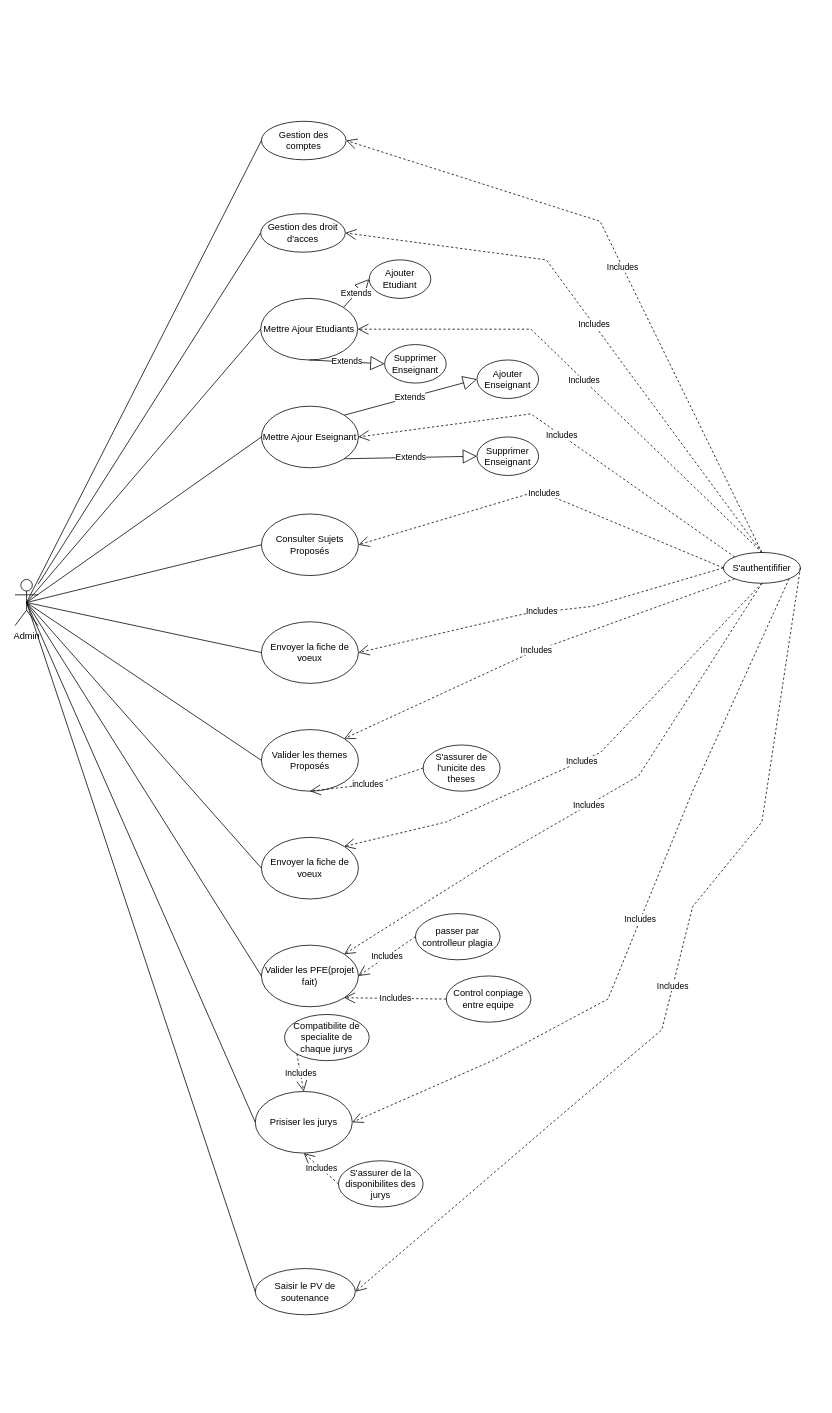
stormsidali2001/PFE_third_year_school_project_front keeps this draw.io diagram as diagrams/useCasesAdmin.drawio. Above is the earlier version. Source tidied: cells renumbered, new cells numbered last; positions are measured from the earlier drawing's top-left corner, leaving out a move shared by most shapes. Both pictures are drawn from the tidied source at 77%, with x=0, y=0 at pixel (15, 121).
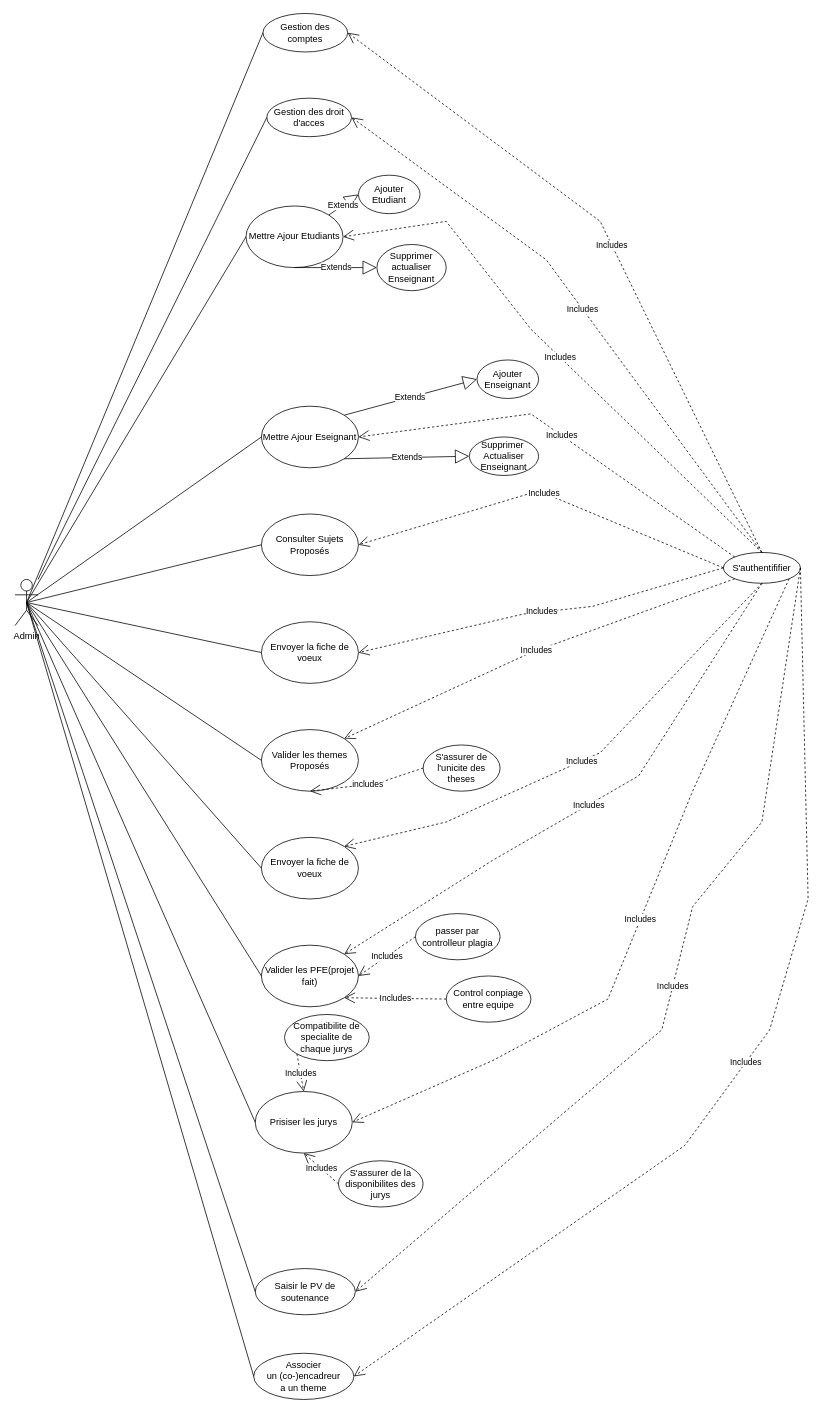
After the change.

The change refers to these unchanged cells:
```xml
<mxCell id="2" value="Admin&lt;br&gt;" style="shape=umlActor;verticalLabelPosition=bottom;verticalAlign=top;html=1;outlineConnect=0;" parent="1" vertex="1">
  <mxGeometry y="595" width="30" height="60" as="geometry" />
</mxCell>
<mxCell id="23" value="S'authentififier" style="ellipse;whiteSpace=wrap;html=1;" parent="1" vertex="1">
  <mxGeometry x="920" y="560" width="100" height="40" as="geometry" />
</mxCell>
```

Change to the diagram source:
```diff
@@
     <mxCell id="3" value="Gestion des comptes" style="ellipse;whiteSpace=wrap;html=1;" parent="1" vertex="1">
-      <mxGeometry x="320" width="110" height="50" as="geometry" />
+      <mxGeometry x="322" y="-140" width="110" height="50" as="geometry" />
     </mxCell>
     <mxCell id="4" value="Gestion des droit d'acces" style="ellipse;whiteSpace=wrap;html=1;" parent="1" vertex="1">
-      <mxGeometry x="319" y="120" width="110" height="50" as="geometry" />
+      <mxGeometry x="327" y="-30" width="110" height="50" as="geometry" />
     </mxCell>
     <mxCell id="5" value="Mettre Ajour Etudiants" style="ellipse;whiteSpace=wrap;html=1;" parent="1" vertex="1">
-      <mxGeometry x="319" y="230" width="126" height="80" as="geometry" />
+      <mxGeometry x="300" y="110" width="126" height="80" as="geometry" />
     </mxCell>
@@
     <mxCell id="26" value="Includes" style="endArrow=open;endSize=12;dashed=1;html=1;rounded=0;entryX=1;entryY=0.5;entryDx=0;entryDy=0;exitX=0.5;exitY=0;exitDx=0;exitDy=0;" parent="1" edge="1" source="23" target="5">
       <mxGeometry relative="1" as="geometry">
         <Array as="points">
           <mxPoint x="670" y="270" />
+          <mxPoint x="560" y="130" />
         </Array>
       </mxGeometry>
     </mxCell>
@@
-    <mxCell id="37" value="Supprimer Enseignant" style="ellipse;whiteSpace=wrap;html=1;" parent="1" vertex="1">
-      <mxGeometry x="600" y="410" width="80" height="50" as="geometry" />
+    <mxCell id="37" value="Supprimer&amp;nbsp;&lt;br&gt;Actualiser Enseignant" style="ellipse;whiteSpace=wrap;html=1;" parent="1" vertex="1">
+      <mxGeometry x="590" y="410" width="90" height="50" as="geometry" />
     </mxCell>
@@
     <mxCell id="39" value="Ajouter Etudiant" style="ellipse;whiteSpace=wrap;html=1;" parent="1" vertex="1">
-      <mxGeometry x="460" y="180" width="80" height="50" as="geometry" />
+      <mxGeometry x="446" y="70" width="80" height="50" as="geometry" />
     </mxCell>
@@
-    <mxCell id="41" value="Supprimer Enseignant" style="ellipse;whiteSpace=wrap;html=1;" parent="1" vertex="1">
-      <mxGeometry x="480" y="290" width="80" height="50" as="geometry" />
+    <mxCell id="41" value="Supprimer&lt;br&gt;actualiser Enseignant" style="ellipse;whiteSpace=wrap;html=1;" parent="1" vertex="1">
+      <mxGeometry x="470" y="160" width="90" height="60" as="geometry" />
     </mxCell>
@@
+    <mxCell id="55" value="Associer &lt;br&gt;un (co-)encadreur&lt;br&gt;a un theme" style="ellipse;whiteSpace=wrap;html=1;" parent="1" vertex="1">
+      <mxGeometry x="310" y="1600" width="130" height="60" as="geometry" />
+    </mxCell>
+    <mxCell id="56" style="endArrow=none;html=1;rounded=0;entryX=0.5;entryY=0.5;entryDx=0;entryDy=0;entryPerimeter=0;exitX=0;exitY=0.5;exitDx=0;exitDy=0;" parent="1" edge="1" source="55" target="2">
+      <mxGeometry relative="1" as="geometry" />
+    </mxCell>
+    <mxCell id="57" value="Includes" style="endArrow=open;endSize=12;dashed=1;html=1;rounded=0;exitX=1;exitY=0.5;exitDx=0;exitDy=0;entryX=1;entryY=0.5;entryDx=0;entryDy=0;" parent="1" edge="1" source="23" target="55">
+      <mxGeometry relative="1" as="geometry">
+        <Array as="points">
+          <mxPoint x="1030" y="1010" />
+          <mxPoint x="980" y="1180" />
+          <mxPoint x="870" y="1330" />
+        </Array>
+      </mxGeometry>
+    </mxCell>
```
